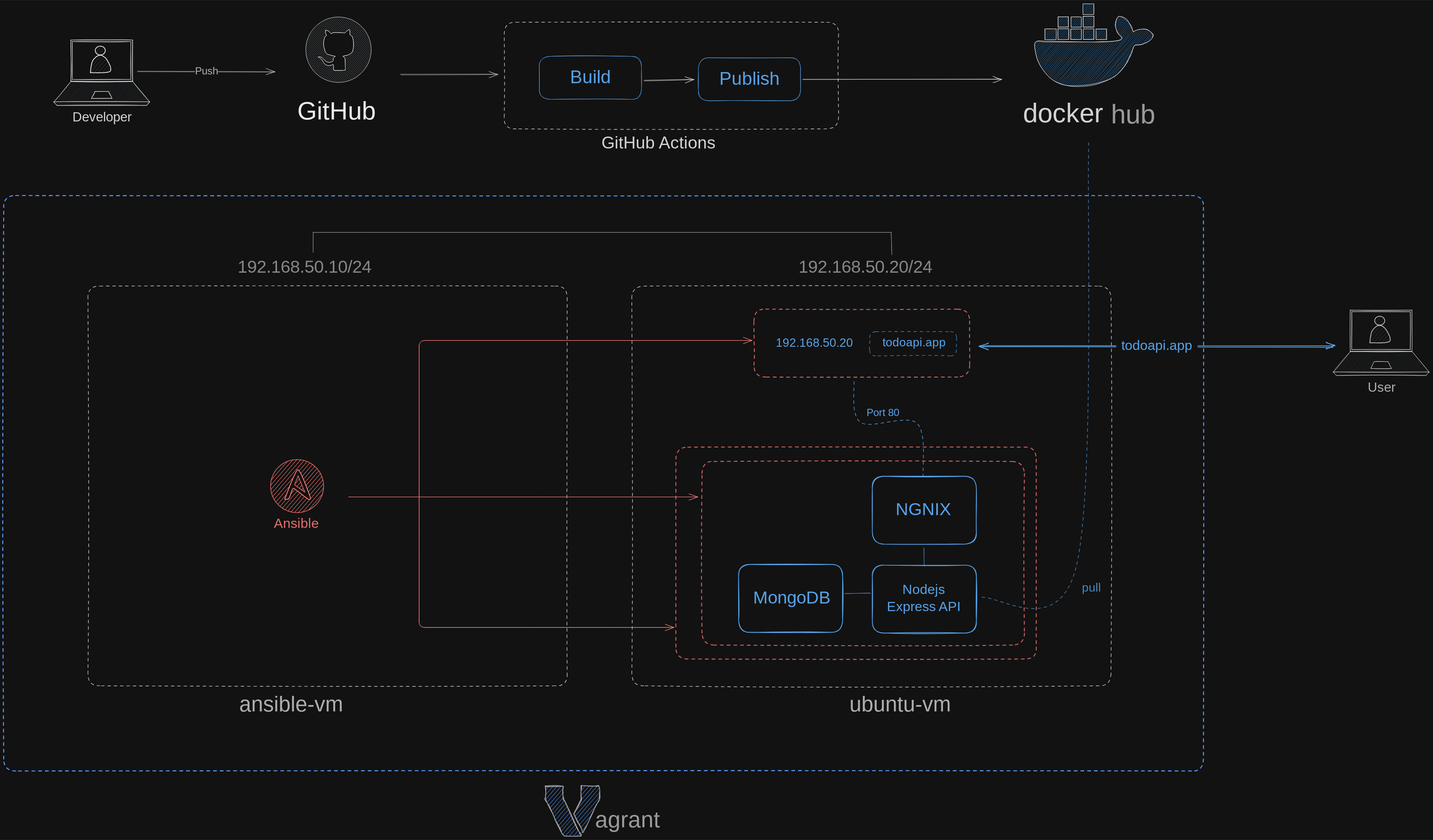
Before: readme-todoapi-arch.svg, a diagram exported from Excalidraw (vikashraj1/multi-container-application). Source tidied: one line per element, renumbered; positions are measured from the earlier drawing's top-left corner, leaving out a move shared by most shapes.
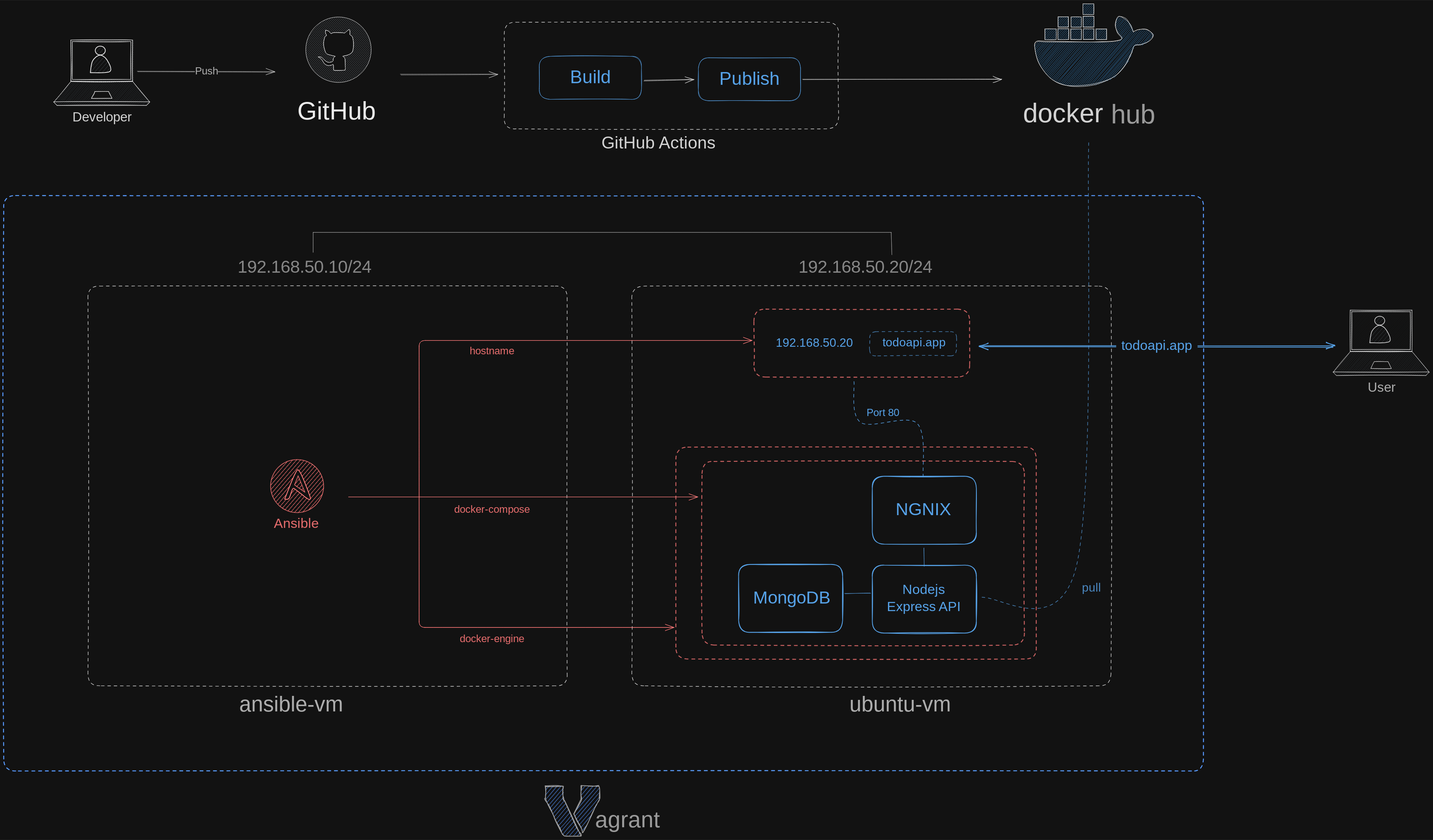
After the commit.

Diff of the diagram source:
```diff
@@ -77,3 +77,6 @@
 {"id": 76, "type": "text", "text": "GitHub Actions", "strokeColor": "#1e1e1e", "strokeWidth": 1, "roughness": 1, "fontSize": 46.05, "fontFamily": 8, "x": 1600, "y": 347, "width": 377, "height": 58}
 {"id": 77, "type": "arrow", "strokeColor": "#e03131", "strokeWidth": 1, "roughness": 0, "startArrowhead": "arrow", "endArrowhead": "arrow", "from": 66, "to": 28, "x": 2003, "y": 901, "width": 891, "height": 768, "points": [[0, 0], [-891, 0], [-891, 768], [-209, 768]]}
 {"id": 78, "type": "arrow", "strokeColor": "#e03131", "strokeWidth": 1, "roughness": 0, "endArrowhead": "arrow", "round": true, "to": 72, "x": 923, "y": 1320, "width": 935, "height": 0, "points": [[0, 0], [935, 0]]}
+{"id": 79, "type": "text", "text": "hostname", "strokeColor": "#e03131", "backgroundColor": "#ffffff", "fillStyle": "hachure", "strokeWidth": 2, "roughness": 2, "opacity": 80, "fontSize": 28.17, "fontFamily": 8, "textAlign": "center", "x": 1245, "y": 913, "width": 124, "height": 35}
+{"id": 80, "type": "text", "text": "docker-compose", "strokeColor": "#e03131", "backgroundColor": "#ffffff", "fillStyle": "hachure", "strokeWidth": 2, "roughness": 2, "opacity": 80, "fontSize": 28.17, "fontFamily": 8, "textAlign": "center", "x": 1199, "y": 1338, "width": 217, "height": 35}
+{"id": 81, "type": "text", "text": "docker-engine", "strokeColor": "#e03131", "backgroundColor": "#ffffff", "fillStyle": "hachure", "strokeWidth": 2, "roughness": 2, "opacity": 80, "fontSize": 28.17, "fontFamily": 8, "textAlign": "center", "x": 1207, "y": 1684, "width": 201, "height": 35}
```
